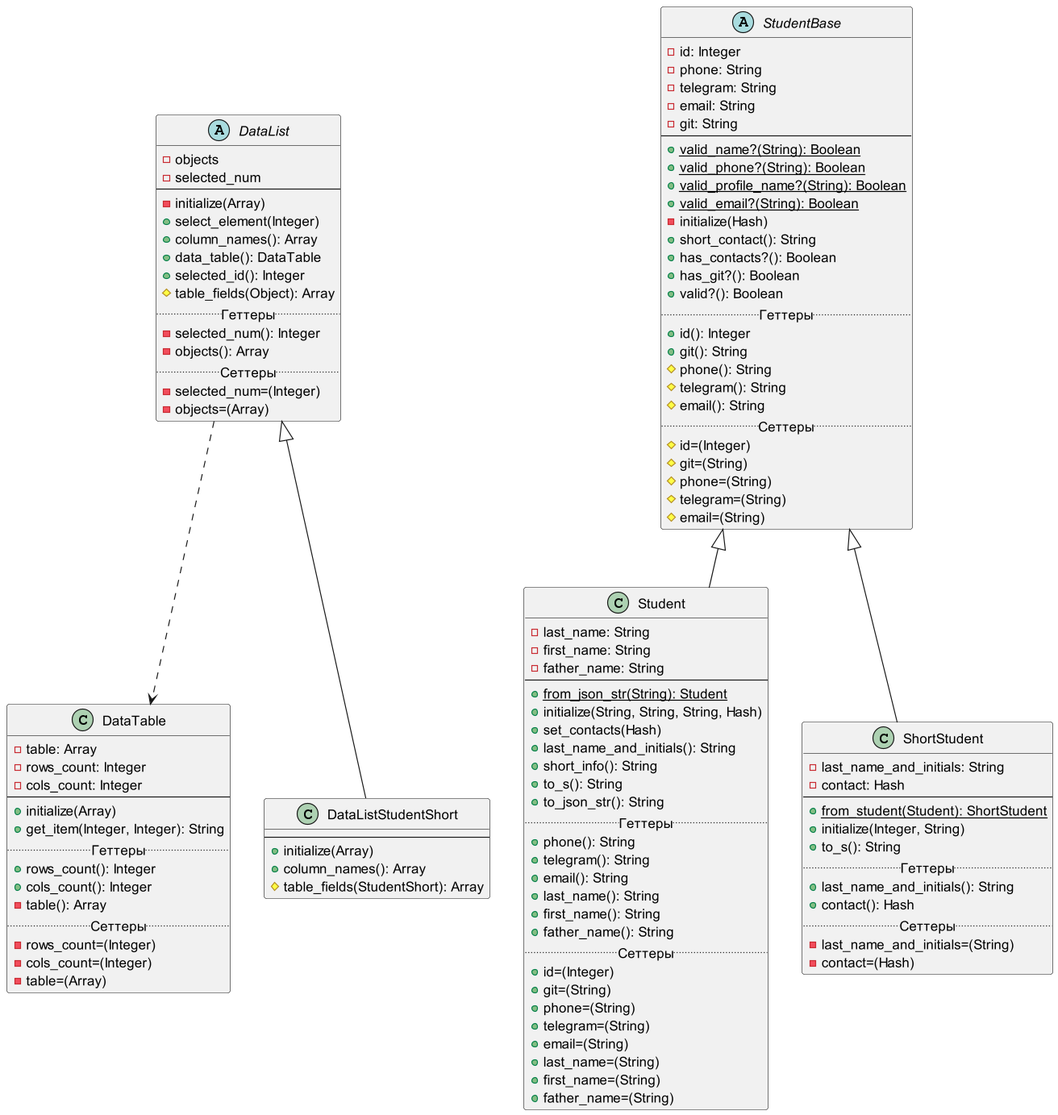
Above: Diagrams/lab2.png in r1411/PatternsLabs (PlantUML), before the change.
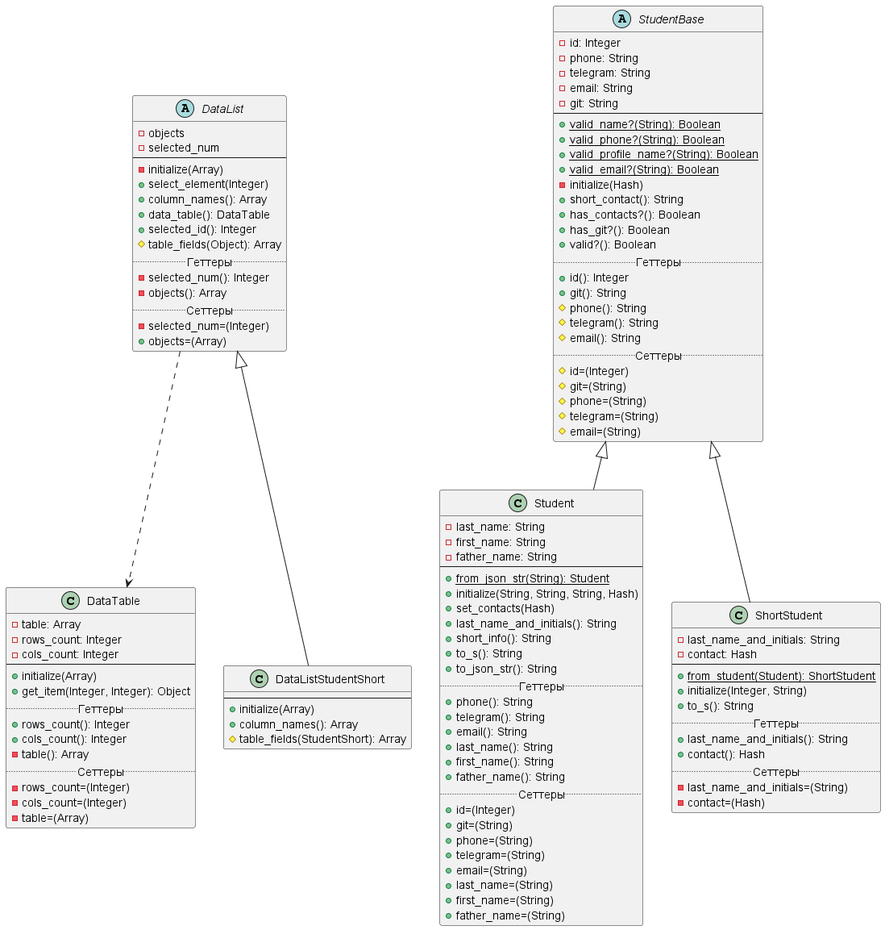
Above is the later version.

Commit message:
Актуализация диаграммы классов

What changed in the source:
```diff
@@ -83,7 +83,7 @@
     -cols_count: Integer
     --
     +initialize(Array)
-    +get_item(Integer, Integer): String
+    +get_item(Integer, Integer): Object
     .. Геттеры ..
     +rows_count(): Integer
     +cols_count(): Integer
@@ -109,7 +109,7 @@
     -objects(): Array
     .. Сеттеры ..
     -selected_num=(Integer)
-    -objects=(Array)
+    +objects=(Array)
 }
 
 class DataListStudentShort extends DataList {
```
